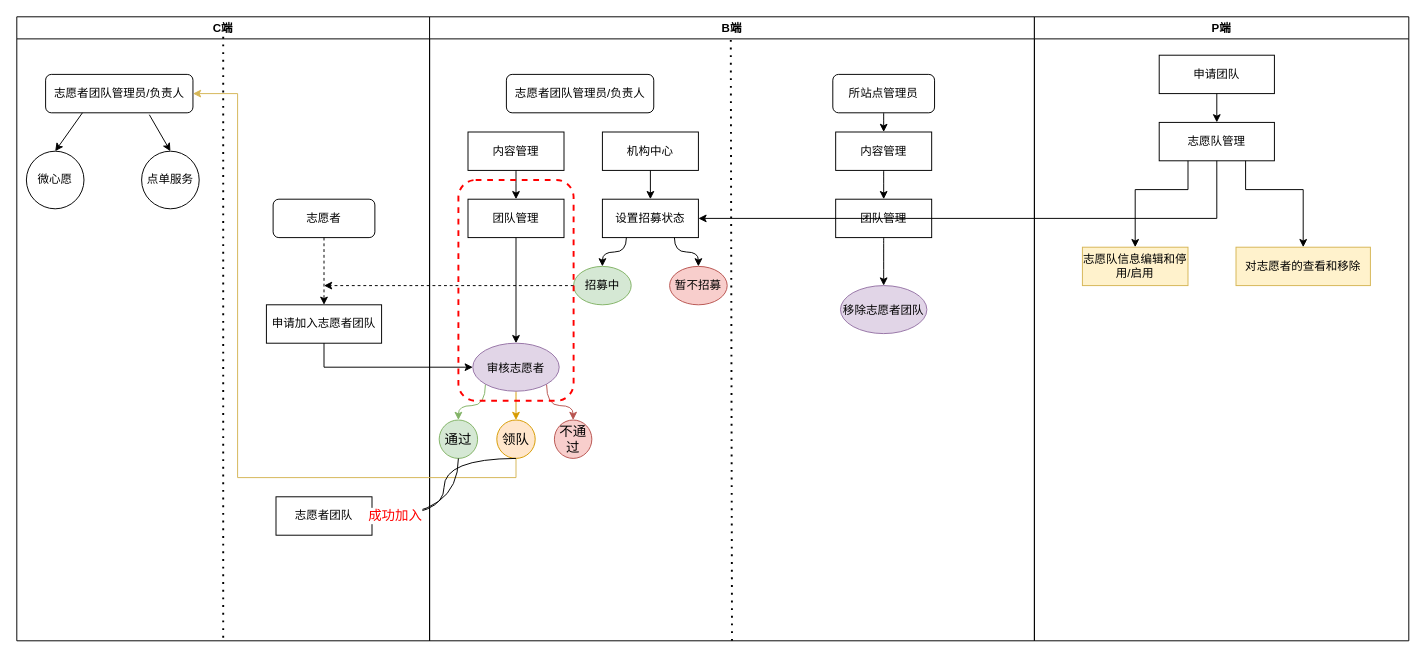
Above: 志愿者团队.drawio in KZ137onethe/hello-world (draw.io), before the change. Source tidied: cells renumbered, new cells numbered last; positions are measured from the earlier drawing's top-left corner, leaving out a move shared by most shapes. Both pictures are drawn from the tidied source at 96%, with x=0, y=0 at pixel (16, 16).
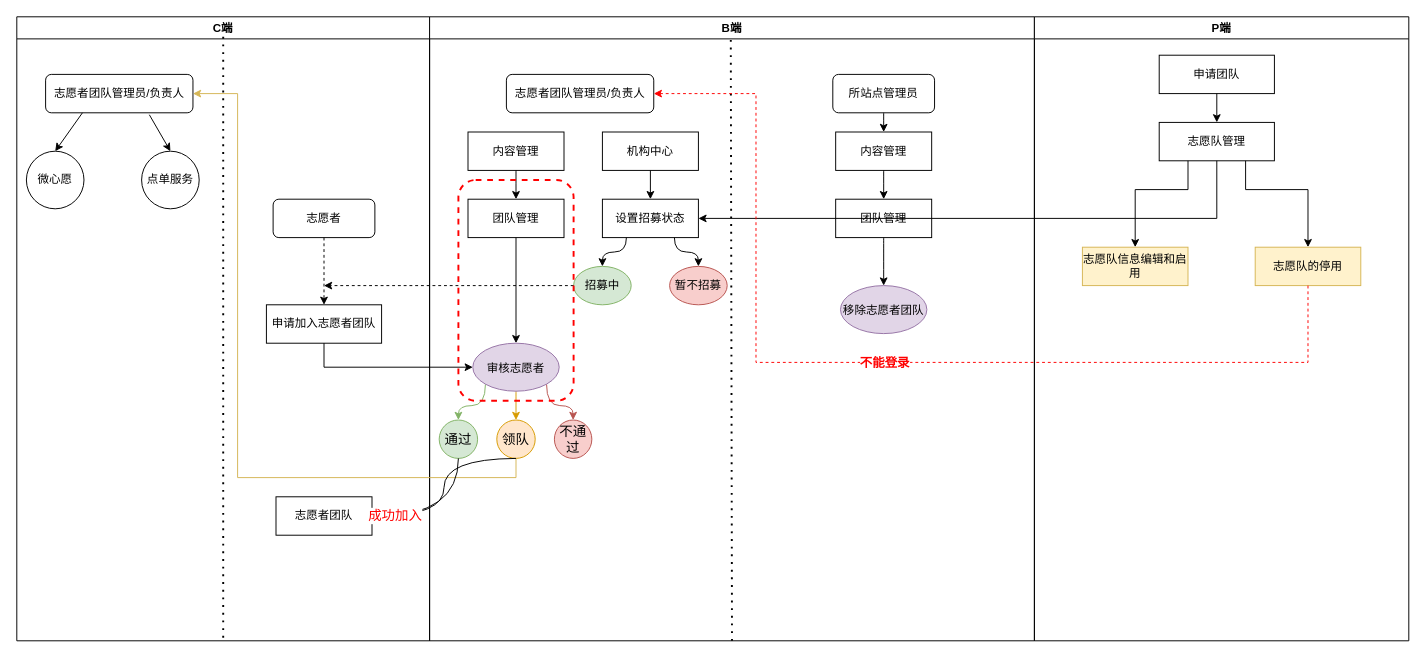
The same page after the edit.

Commit message:
更新志愿者团队.drawio

The change refers to these unchanged cells:
```xml
<mxCell id="23" value="志愿者团队管理员/负责人" style="rounded=1;whiteSpace=wrap;html=1;" parent="12" vertex="1">
  <mxGeometry x="80" y="60" width="153.5" height="40" as="geometry" />
</mxCell>
<mxCell id="36" value="P端" style="swimlane;" parent="1" vertex="1">
  <mxGeometry x="1060" width="390" height="650" as="geometry" />
</mxCell>
<mxCell id="38" value="志愿队管理" style="rounded=0;whiteSpace=wrap;html=1;" parent="36" vertex="1">
  <mxGeometry x="130" y="110" width="120" height="40" as="geometry" />
</mxCell>
```

What changed in the source:
```diff
@@
-    <mxCell id="40" value="志愿队信息编辑和停用/启用" style="rounded=0;whiteSpace=wrap;html=1;fillColor=#fff2cc;strokeColor=#d6b656;" parent="36" vertex="1">
+    <mxCell id="40" value="志愿队信息编辑和启用" style="rounded=0;whiteSpace=wrap;html=1;fillColor=#fff2cc;strokeColor=#d6b656;" parent="36" vertex="1">
       <mxGeometry x="50" y="240" width="110" height="40" as="geometry" />
     </mxCell>
@@
-    <mxCell id="42" value="对志愿者的查看和移除" style="rounded=0;whiteSpace=wrap;html=1;fillColor=#fff2cc;strokeColor=#d6b656;" parent="36" vertex="1">
-      <mxGeometry x="210" y="240" width="140" height="40" as="geometry" />
-    </mxCell>
-    <mxCell id="43" style="endArrow=classic;html=1;rounded=0;exitX=0.75;exitY=1;exitDx=0;exitDy=0;entryX=0.5;entryY=0;entryDx=0;entryDy=0;" parent="36" edge="1" source="38" target="42">
+    <mxCell id="43" style="endArrow=classic;html=1;rounded=0;exitX=0.75;exitY=1;exitDx=0;exitDy=0;entryX=0.5;entryY=0;entryDx=0;entryDy=0;" parent="36" edge="1" source="38" target="57">
       <mxGeometry relative="1" as="geometry">
         <Array as="points">
           <mxPoint x="220" y="180" />
-          <mxPoint x="280" y="180" />
+          <mxPoint x="285" y="180" />
         </Array>
       </mxGeometry>
     </mxCell>
+    <mxCell id="57" value="志愿队的停用" style="rounded=0;whiteSpace=wrap;html=1;fillColor=#fff2cc;strokeColor=#d6b656;" parent="36" vertex="1">
+      <mxGeometry x="230" y="240" width="110" height="40" as="geometry" />
+    </mxCell>
@@
+    <mxCell id="58" value="&lt;font style=&quot;font-size: 13px&quot; color=&quot;#ff0000&quot;&gt;&lt;b&gt;不能登录&lt;/b&gt;&lt;/font&gt;" style="endArrow=classic;html=1;rounded=0;exitX=0.5;exitY=1;exitDx=0;exitDy=0;entryX=1;entryY=0.5;entryDx=0;entryDy=0;dashed=1;strokeColor=#FF0000;" parent="1" edge="1" source="57" target="23">
+      <mxGeometry relative="1" as="geometry">
+        <Array as="points">
+          <mxPoint x="1345" y="360" />
+          <mxPoint x="770" y="360" />
+          <mxPoint x="770" y="80" />
+        </Array>
+      </mxGeometry>
+    </mxCell>
```
